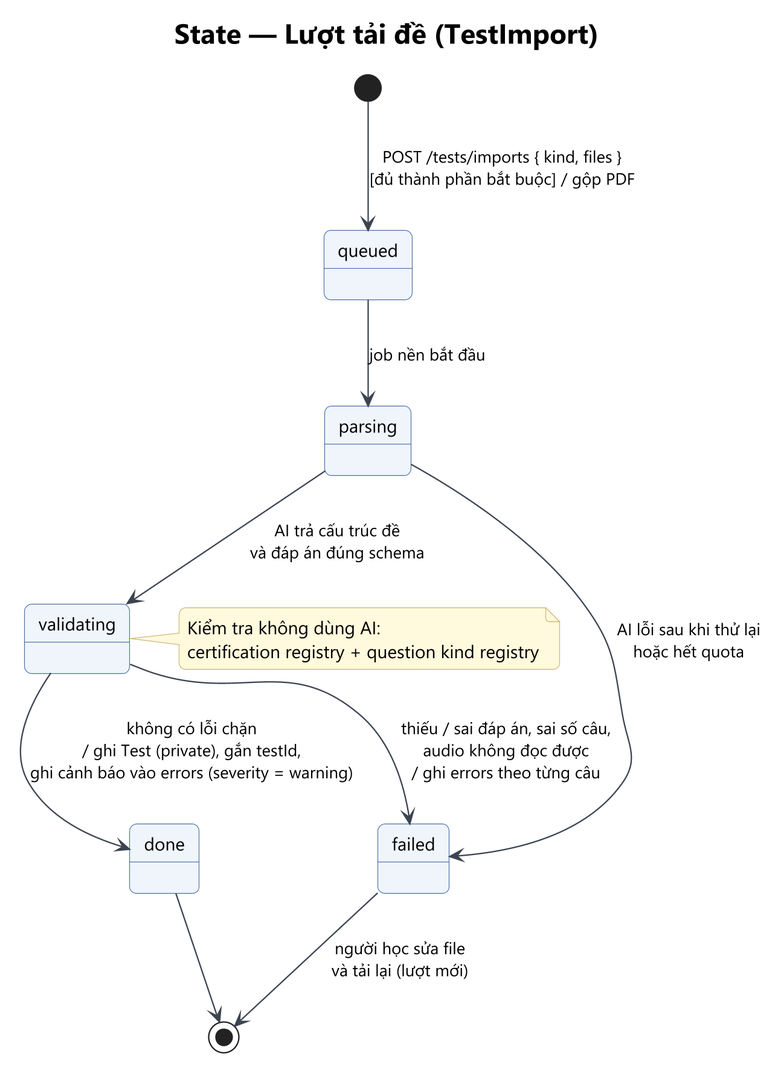
Before: Analysis_Design/05_State/st-02-test-import.png, a diagram exported from PlantUML (Ac-2836/WebDev-FinalProject-LinMaster).
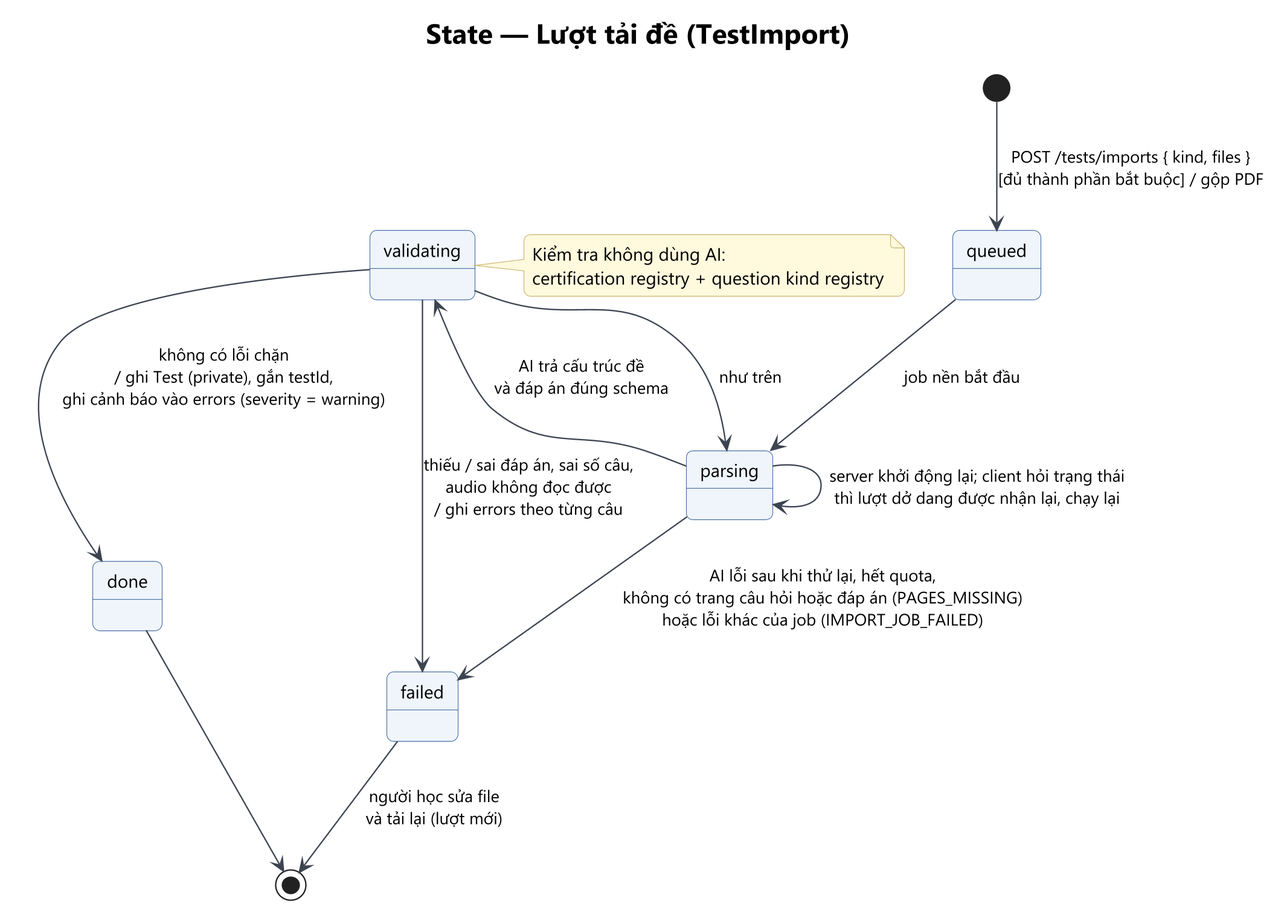
The same diagram one commit later.

The edit, as a diff of the source:
```diff
@@ -8,8 +8,10 @@
 state "done" as Done
 state "failed" as Failed
 Queued --> Parsing : job nền bắt đầu
+Parsing --> Parsing : server khởi động lại; client hỏi trạng thái\nthì lượt dở dang được nhận lại, chạy lại
+Validating --> Parsing : như trên
 Parsing --> Validating : AI trả cấu trúc đề\nvà đáp án đúng schema
-Parsing --> Failed : AI lỗi sau khi thử lại\nhoặc hết quota
+Parsing --> Failed : AI lỗi sau khi thử lại, hết quota,\nkhông có trang câu hỏi hoặc đáp án (PAGES_MISSING)\nhoặc lỗi khác của job (IMPORT_JOB_FAILED)
 Validating --> Done : không có lỗi chặn\n/ ghi Test (private), gắn testId,\nghi cảnh báo vào errors (severity = warning)
 Validating --> Failed : thiếu / sai đáp án, sai số câu,\naudio không đọc được\n/ ghi errors theo từng câu
 Done --> [*]
```
